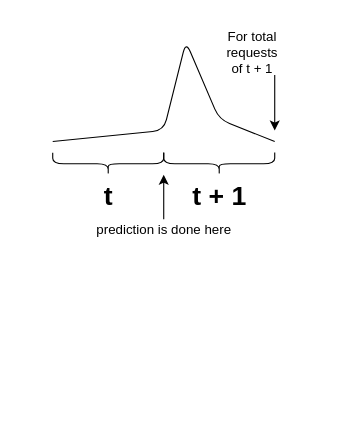
StefanSebastian/MicroserviceMonitoring keeps this draw.io diagram as scaling_research/reports/dataset/timewindow.drawio. Above is the earlier version. Source tidied: cells renumbered, new cells numbered last; positions are measured from the earlier drawing's top-left corner, leaving out a move shared by most shapes. Both pictures are drawn from the tidied source at 111%, with x=0, y=0 at pixel (52, 19).
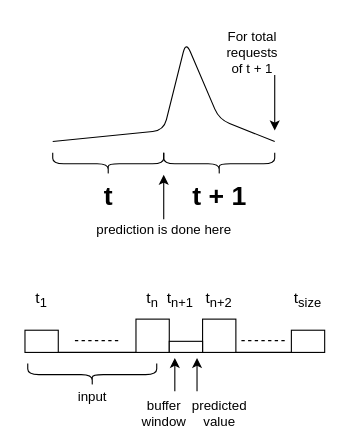
After the change.

Unchanged cells that the change refers to:
```xml
<mxCell id="5" value="t + 1" style="text;strokeColor=none;fillColor=none;html=1;fontSize=24;fontStyle=1;verticalAlign=middle;align=center;" parent="1" vertex="1">
  <mxGeometry x="100" y="140" width="100" height="40" as="geometry" />
</mxCell>
```

The edit, as a diff of the source:
```diff
@@
-    <mxCell id="2" style="shape=curlyBracket;whiteSpace=wrap;html=1;rounded=1;rotation=-90;" parent="1" vertex="1">
-      <mxGeometry x="40" y="80" width="20" height="100" as="geometry" />
-    </mxCell>
-    <mxCell id="3" style="shape=curlyBracket;whiteSpace=wrap;html=1;rounded=1;rotation=-90;" parent="1" vertex="1">
-      <mxGeometry x="140" y="80" width="20" height="100" as="geometry" />
-    </mxCell>
+    <mxCell id="11" style="shape=curlyBracket;whiteSpace=wrap;html=1;rounded=1;rotation=-90;" parent="1" vertex="1">
+      <mxGeometry x="40" y="80" width="20" height="100" as="geometry" />
+    </mxCell>
+    <mxCell id="12" style="shape=curlyBracket;whiteSpace=wrap;html=1;rounded=1;rotation=-90;" parent="1" vertex="1">
+      <mxGeometry x="140" y="80" width="20" height="100" as="geometry" />
+    </mxCell>
@@
-    <mxCell id="6" style="endArrow=classic;html=1;entryX=0;entryY=0;entryDx=0;entryDy=0;" parent="1" edge="1" target="5">
-      <mxGeometry relative="1" as="geometry">
-        <mxPoint x="100" y="180" as="sourcePoint" />
-      </mxGeometry>
-    </mxCell>
+    <mxCell id="13" style="endArrow=classic;html=1;entryX=0;entryY=0;entryDx=0;entryDy=0;" parent="1" edge="1" target="5">
+      <mxGeometry relative="1" as="geometry">
+        <mxPoint x="100" y="180" as="sourcePoint" />
+      </mxGeometry>
+    </mxCell>
@@
-    <mxCell id="8" style="endArrow=none;html=1;" parent="1" edge="1">
-      <mxGeometry relative="1" as="geometry">
-        <mxPoint y="110" as="sourcePoint" />
-        <mxPoint x="200" y="110" as="targetPoint" />
-        <Array as="points">
-          <mxPoint x="100" y="100" />
-          <mxPoint x="120" y="20" />
-          <mxPoint x="150" y="90" />
-        </Array>
-      </mxGeometry>
-    </mxCell>
+    <mxCell id="14" style="endArrow=none;html=1;" parent="1" edge="1">
+      <mxGeometry relative="1" as="geometry">
+        <mxPoint y="110" as="sourcePoint" />
+        <mxPoint x="200" y="110" as="targetPoint" />
+        <Array as="points">
+          <mxPoint x="100" y="100" />
+          <mxPoint x="120" y="20" />
+          <mxPoint x="150" y="90" />
+        </Array>
+      </mxGeometry>
+    </mxCell>
@@
-    <mxCell id="10" style="endArrow=classic;html=1;" parent="1" edge="1">
-      <mxGeometry relative="1" as="geometry">
-        <mxPoint x="200" y="50" as="sourcePoint" />
-        <mxPoint x="200" y="100" as="targetPoint" />
-      </mxGeometry>
-    </mxCell>
+    <mxCell id="15" style="endArrow=classic;html=1;" parent="1" edge="1">
+      <mxGeometry relative="1" as="geometry">
+        <mxPoint x="200" y="50" as="sourcePoint" />
+        <mxPoint x="200" y="100" as="targetPoint" />
+      </mxGeometry>
+    </mxCell>
+    <mxCell id="16" style="endArrow=none;html=1;" parent="1" edge="1">
+      <mxGeometry relative="1" as="geometry">
+        <mxPoint x="-10" y="300" as="sourcePoint" />
+        <mxPoint x="240" y="300" as="targetPoint" />
+      </mxGeometry>
+    </mxCell>
+    <mxCell id="17" value="&lt;font style=&quot;font-size: 14px&quot;&gt;t&lt;sub&gt;1&lt;/sub&gt;&lt;/font&gt;" style="text;html=1;strokeColor=none;fillColor=none;align=center;verticalAlign=middle;whiteSpace=wrap;rounded=0;" parent="1" vertex="1">
+      <mxGeometry x="-30" y="241.9" width="40" height="20" as="geometry" />
+    </mxCell>
+    <mxCell id="18" value="&lt;font style=&quot;font-size: 14px&quot;&gt;t&lt;sub&gt;size&lt;/sub&gt;&lt;/font&gt;" style="text;html=1;strokeColor=none;fillColor=none;align=center;verticalAlign=middle;whiteSpace=wrap;rounded=0;" parent="1" vertex="1">
+      <mxGeometry x="210" y="241.9" width="40" height="20" as="geometry" />
+    </mxCell>
+    <mxCell id="19" style="shape=curlyBracket;whiteSpace=wrap;html=1;rounded=1;rotation=-90;" parent="1" vertex="1">
+      <mxGeometry x="25.6" y="261.9" width="20" height="116.2" as="geometry" />
+    </mxCell>
+    <mxCell id="20" value="input" style="text;html=1;strokeColor=none;fillColor=none;align=center;verticalAlign=middle;whiteSpace=wrap;rounded=0;" parent="1" vertex="1">
+      <mxGeometry x="15.6" y="330" width="40" height="20" as="geometry" />
+    </mxCell>
+    <mxCell id="21" value="&lt;font style=&quot;font-size: 14px&quot;&gt;t&lt;sub&gt;n&lt;/sub&gt;&lt;/font&gt;" style="text;html=1;strokeColor=none;fillColor=none;align=center;verticalAlign=middle;whiteSpace=wrap;rounded=0;" parent="1" vertex="1">
+      <mxGeometry x="80" y="241.9" width="20" height="20" as="geometry" />
+    </mxCell>
+    <mxCell id="22" value="&lt;font style=&quot;font-size: 14px&quot;&gt;t&lt;sub&gt;n+2&lt;/sub&gt;&lt;/font&gt;" style="text;html=1;strokeColor=none;fillColor=none;align=center;verticalAlign=middle;whiteSpace=wrap;rounded=0;" parent="1" vertex="1">
+      <mxGeometry x="140" y="241.9" width="20" height="20" as="geometry" />
+    </mxCell>
+    <mxCell id="23" value="&lt;font style=&quot;font-size: 14px&quot;&gt;t&lt;sub&gt;n+1&lt;/sub&gt;&lt;/font&gt;" style="text;html=1;strokeColor=none;fillColor=none;align=center;verticalAlign=middle;whiteSpace=wrap;rounded=0;" parent="1" vertex="1">
+      <mxGeometry x="105" y="241.9" width="20" height="20" as="geometry" />
+    </mxCell>
+    <mxCell id="24" style="endArrow=classic;html=1;" parent="1" edge="1">
+      <mxGeometry relative="1" as="geometry">
+        <mxPoint x="130" y="335" as="sourcePoint" />
+        <mxPoint x="130" y="305" as="targetPoint" />
+      </mxGeometry>
+    </mxCell>
+    <mxCell id="25" value="predicted &lt;br&gt;value" style="text;html=1;align=center;verticalAlign=middle;" parent="1" vertex="1">
+      <mxGeometry x="120" y="340" width="60" height="30" as="geometry" />
+    </mxCell>
+    <mxCell id="26" style="endArrow=classic;html=1;" parent="1" edge="1">
+      <mxGeometry relative="1" as="geometry">
+        <mxPoint x="110" y="335" as="sourcePoint" />
+        <mxPoint x="110" y="305" as="targetPoint" />
+      </mxGeometry>
+    </mxCell>
+    <mxCell id="27" value="buffer&lt;br&gt;window" style="text;html=1;align=center;verticalAlign=middle;" parent="1" vertex="1">
+      <mxGeometry x="70" y="340" width="60" height="30" as="geometry" />
+    </mxCell>
+    <mxCell id="28" style="rounded=0;whiteSpace=wrap;html=1;" parent="1" vertex="1">
+      <mxGeometry x="135" y="270" width="30" height="30" as="geometry" />
+    </mxCell>
+    <mxCell id="29" style="endArrow=none;dashed=1;html=1;" parent="1" edge="1">
+      <mxGeometry relative="1" as="geometry">
+        <mxPoint x="20" y="289.4" as="sourcePoint" />
+        <mxPoint x="60" y="289.4" as="targetPoint" />
+      </mxGeometry>
+    </mxCell>
+    <mxCell id="30" style="rounded=0;whiteSpace=wrap;html=1;" parent="1" vertex="1">
+      <mxGeometry x="215" y="280" width="30" height="20" as="geometry" />
+    </mxCell>
+    <mxCell id="31" style="rounded=0;whiteSpace=wrap;html=1;" parent="1" vertex="1">
+      <mxGeometry x="-25" y="280" width="30" height="20" as="geometry" />
+    </mxCell>
+    <mxCell id="32" style="rounded=0;whiteSpace=wrap;html=1;" parent="1" vertex="1">
+      <mxGeometry x="75" y="270" width="30" height="30" as="geometry" />
+    </mxCell>
+    <mxCell id="33" style="rounded=0;whiteSpace=wrap;html=1;" parent="1" vertex="1">
+      <mxGeometry x="105" y="290" width="30" height="10" as="geometry" />
+    </mxCell>
+    <mxCell id="34" style="endArrow=none;dashed=1;html=1;" parent="1" edge="1">
+      <mxGeometry relative="1" as="geometry">
+        <mxPoint x="170" y="289.4" as="sourcePoint" />
+        <mxPoint x="210" y="289.4" as="targetPoint" />
+      </mxGeometry>
+    </mxCell>
```
